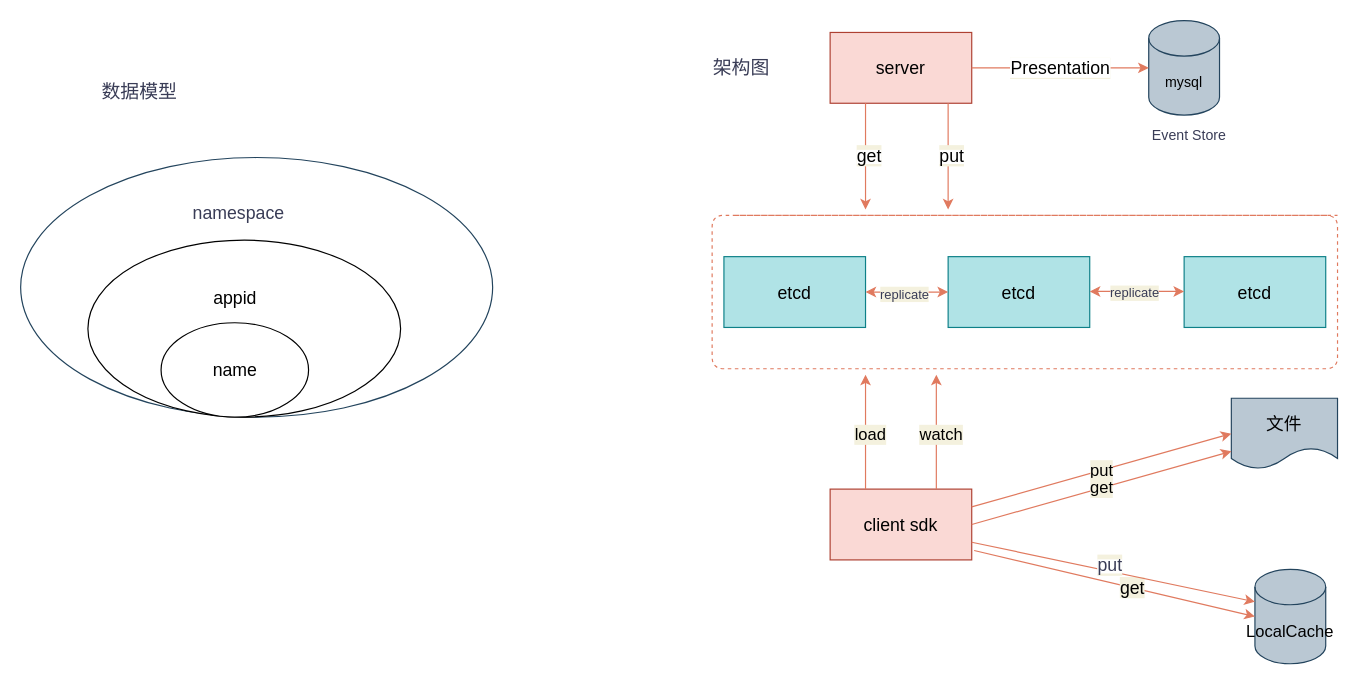
Above: doc/配置.drawio in cacos-group/cacos (draw.io), before the change. Source tidied: cells renumbered, new cells numbered last; positions are measured from the earlier drawing's top-left corner, leaving out a move shared by most shapes. Both pictures are drawn from the tidied source at 118%, with x=0, y=0 at pixel (20, 20).
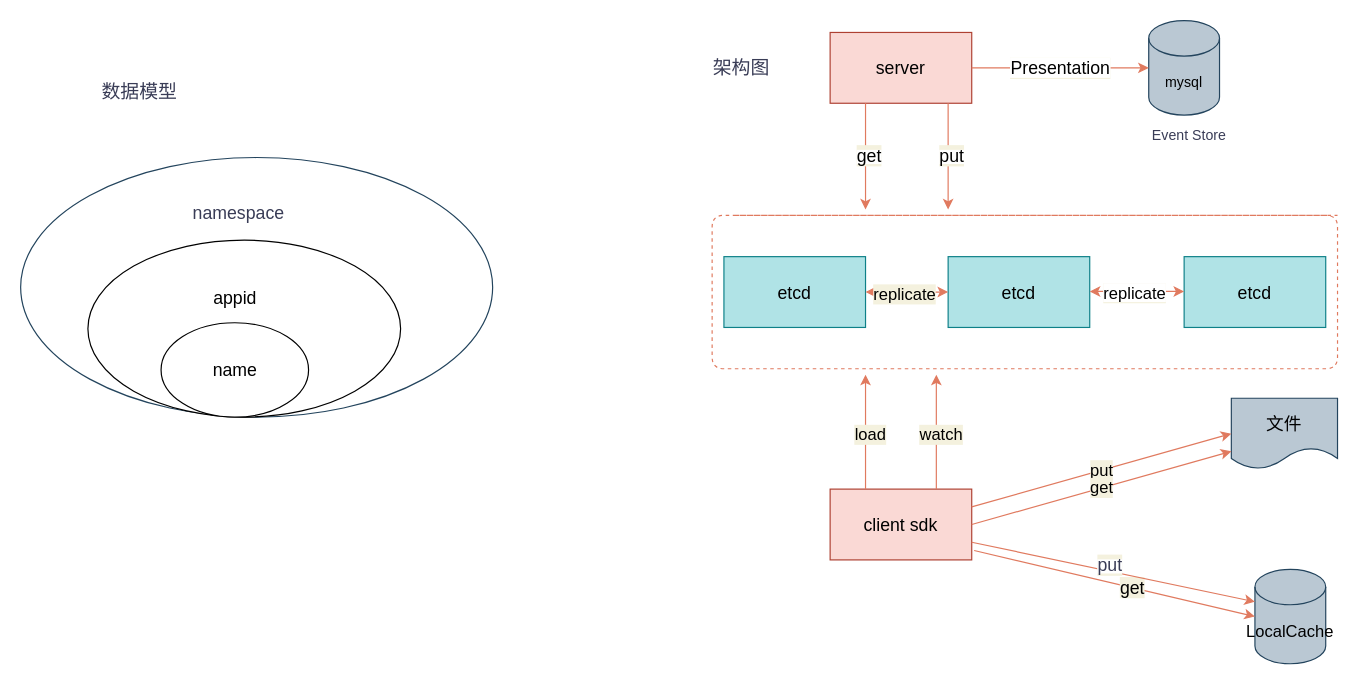
The same diagram, later.

The change refers to these unchanged cells:
```xml
<mxCell id="17" style="endArrow=classic;startArrow=classic;html=1;exitX=1;exitY=0.5;exitDx=0;exitDy=0;entryX=0;entryY=0.5;entryDx=0;entryDy=0;strokeColor=#E07A5F;fontColor=#393C56;labelBackgroundColor=#F4F1DE;" parent="1" edge="1" source="2" target="3">
  <mxGeometry relative="1" as="geometry" />
</mxCell>
<mxCell id="19" style="endArrow=classic;startArrow=classic;html=1;exitX=1;exitY=0.5;exitDx=0;exitDy=0;entryX=0;entryY=0.5;entryDx=0;entryDy=0;strokeColor=#E07A5F;fontColor=#393C56;labelBackgroundColor=#F4F1DE;" parent="1" edge="1">
  <mxGeometry relative="1" as="geometry">
    <mxPoint x="906" y="229.5" as="sourcePoint" />
    <mxPoint x="986" y="229.5" as="targetPoint" />
  </mxGeometry>
</mxCell>
```

What changed in the source:
```diff
@@
-    <mxCell id="18" value="replicate" style="edgeLabel;html=1;align=center;verticalAlign=middle;fontColor=#393C56;labelBackgroundColor=#F4F1DE;" parent="17" vertex="1">
+    <mxCell id="18" value="&lt;font color=&quot;#000000&quot; style=&quot;font-size: 14px&quot;&gt;replicate&lt;/font&gt;" style="edgeLabel;html=1;align=center;verticalAlign=middle;fontColor=#393C56;labelBackgroundColor=#F4F1DE;" parent="17" vertex="1">
       <mxGeometry x="-0.08" y="-1" relative="1" as="geometry" />
     </mxCell>
@@
-    <mxCell id="20" value="replicate" style="edgeLabel;html=1;align=center;verticalAlign=middle;fontColor=#393C56;labelBackgroundColor=#F4F1DE;" parent="19" vertex="1">
+    <mxCell id="20" value="&lt;font style=&quot;font-size: 14px ; background-color: rgb(255 , 255 , 255)&quot; color=&quot;#000000&quot;&gt;replicate&lt;/font&gt;" style="edgeLabel;html=1;align=center;verticalAlign=middle;fontColor=#393C56;labelBackgroundColor=#F4F1DE;" parent="19" vertex="1">
       <mxGeometry x="-0.08" y="-1" relative="1" as="geometry" />
     </mxCell>
```
